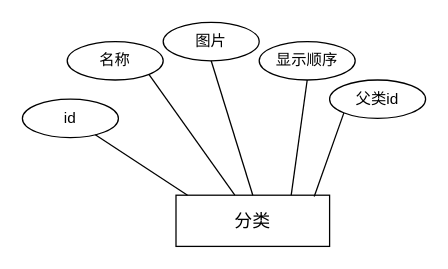
This is food_catagory.drawio from asharca/drawio, a draw.io file, before an edit. Source tidied: cells renumbered, new cells numbered last; positions are measured from the earlier drawing's top-left corner, leaving out a move shared by most shapes. Both pictures are drawn from the tidied source at 128%, with x=0, y=0 at pixel (22, 22).
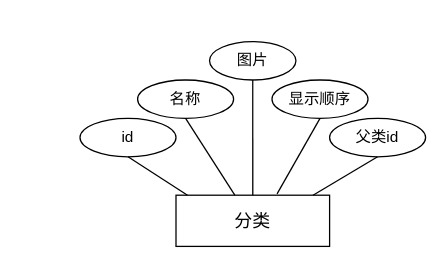
The same page after the edit.

Diff of the diagram source:
```diff
@@
 <mxGraphModel>
   <root>
     <mxCell id="0" />
     <mxCell id="1" parent="0" />
     <mxCell id="2" value="&lt;span style=&quot;font-size: 14px;&quot;&gt;分类&lt;/span&gt;" style="rounded=0;whiteSpace=wrap;html=1;" parent="1" vertex="1">
       <mxGeometry x="120" y="135" width="120" height="40" as="geometry" />
     </mxCell>
     <mxCell id="3" value="id" style="ellipse;whiteSpace=wrap;html=1;" parent="1" vertex="1">
-      <mxGeometry y="60" width="75" height="30" as="geometry" />
+      <mxGeometry x="45" y="75" width="75" height="30" as="geometry" />
     </mxCell>
     <mxCell id="4" value="名称" style="ellipse;whiteSpace=wrap;html=1;" parent="1" vertex="1">
-      <mxGeometry x="35" y="15" width="75" height="30" as="geometry" />
+      <mxGeometry x="90" y="45" width="75" height="30" as="geometry" />
     </mxCell>
     <mxCell id="5" value="图片" style="ellipse;whiteSpace=wrap;html=1;" parent="1" vertex="1">
-      <mxGeometry x="110" width="75" height="30" as="geometry" />
+      <mxGeometry x="146.2" y="15" width="67.5" height="30" as="geometry" />
     </mxCell>
     <mxCell id="6" value="显示顺序" style="ellipse;whiteSpace=wrap;html=1;" parent="1" vertex="1">
-      <mxGeometry x="185" y="15" width="75" height="30" as="geometry" />
+      <mxGeometry x="195" y="45" width="75" height="30" as="geometry" />
     </mxCell>
-    <mxCell id="7" style="endArrow=none;html=1;rounded=0;exitX=0.075;exitY=0;exitDx=0;exitDy=0;exitPerimeter=0;" parent="1" edge="1" source="2" target="3">
+    <mxCell id="7" style="endArrow=none;html=1;rounded=0;exitX=0.075;exitY=0;exitDx=0;exitDy=0;exitPerimeter=0;entryX=0.5;entryY=1;entryDx=0;entryDy=0;" parent="1" edge="1" source="2" target="3">
       <mxGeometry relative="1" as="geometry" />
     </mxCell>
-    <mxCell id="8" style="endArrow=none;html=1;rounded=0;exitX=0.383;exitY=0;exitDx=0;exitDy=0;entryX=1;entryY=1;entryDx=0;entryDy=0;exitPerimeter=0;" parent="1" edge="1" source="2" target="4">
+    <mxCell id="8" style="endArrow=none;html=1;rounded=0;exitX=0.383;exitY=0;exitDx=0;exitDy=0;entryX=0.5;entryY=1;entryDx=0;entryDy=0;exitPerimeter=0;" parent="1" edge="1" source="2" target="4">
       <mxGeometry relative="1" as="geometry" />
     </mxCell>
     <mxCell id="9" style="endArrow=none;html=1;rounded=0;entryX=0.5;entryY=1;entryDx=0;entryDy=0;exitX=0.5;exitY=0;exitDx=0;exitDy=0;" parent="1" edge="1" source="2" target="5">
       <mxGeometry relative="1" as="geometry" />
     </mxCell>
-    <mxCell id="10" style="endArrow=none;html=1;rounded=0;entryX=0.5;entryY=1;entryDx=0;entryDy=0;exitX=0.75;exitY=0;exitDx=0;exitDy=0;" parent="1" edge="1" source="2" target="6">
+    <mxCell id="10" style="endArrow=none;html=1;rounded=0;entryX=0.5;entryY=1;entryDx=0;entryDy=0;exitX=0.658;exitY=-0.025;exitDx=0;exitDy=0;exitPerimeter=0;" parent="1" edge="1" source="2" target="6">
       <mxGeometry relative="1" as="geometry" />
     </mxCell>
     <mxCell id="11" value="父类id" style="ellipse;whiteSpace=wrap;html=1;" parent="1" vertex="1">
-      <mxGeometry x="240" y="45" width="75" height="30" as="geometry" />
+      <mxGeometry x="240" y="75" width="75" height="30" as="geometry" />
     </mxCell>
-    <mxCell id="12" style="endArrow=none;html=1;rounded=0;fontSize=12;startSize=8;endSize=8;curved=1;exitX=0.9;exitY=0.025;exitDx=0;exitDy=0;entryX=0;entryY=1;entryDx=0;entryDy=0;exitPerimeter=0;" parent="1" edge="1" source="2" target="11">
+    <mxCell id="12" style="endArrow=none;html=1;rounded=0;entryX=0.5;entryY=1;entryDx=0;entryDy=0;exitX=0.892;exitY=0;exitDx=0;exitDy=0;exitPerimeter=0;" parent="1" edge="1" source="2" target="11">
       <mxGeometry relative="1" as="geometry" />
     </mxCell>
   </root>
 </mxGraphModel>
```
